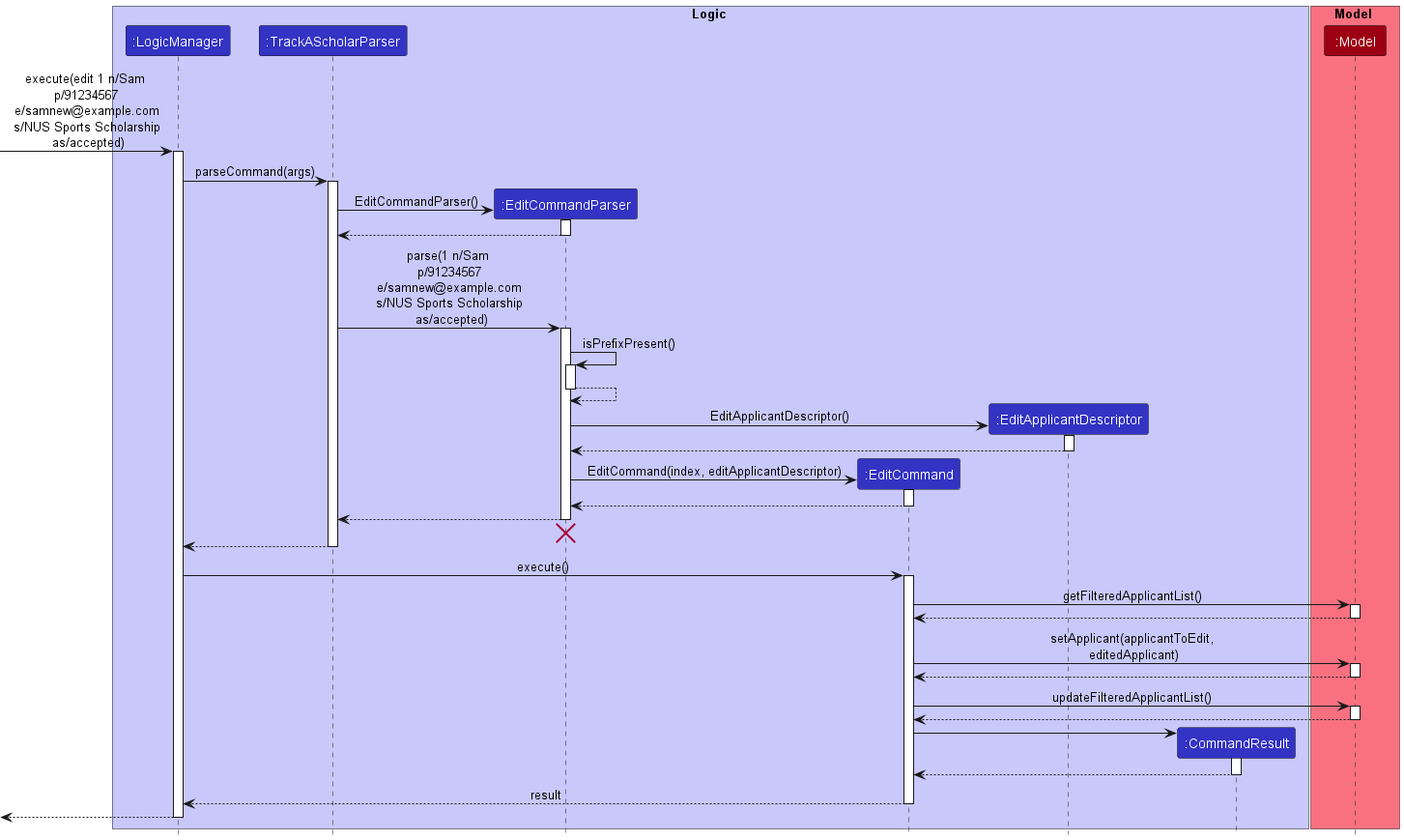
Above: docs/images/EditSequenceDiagram.png in nus-cs2103-AY2223S1/tp (PlantUML), before the change.
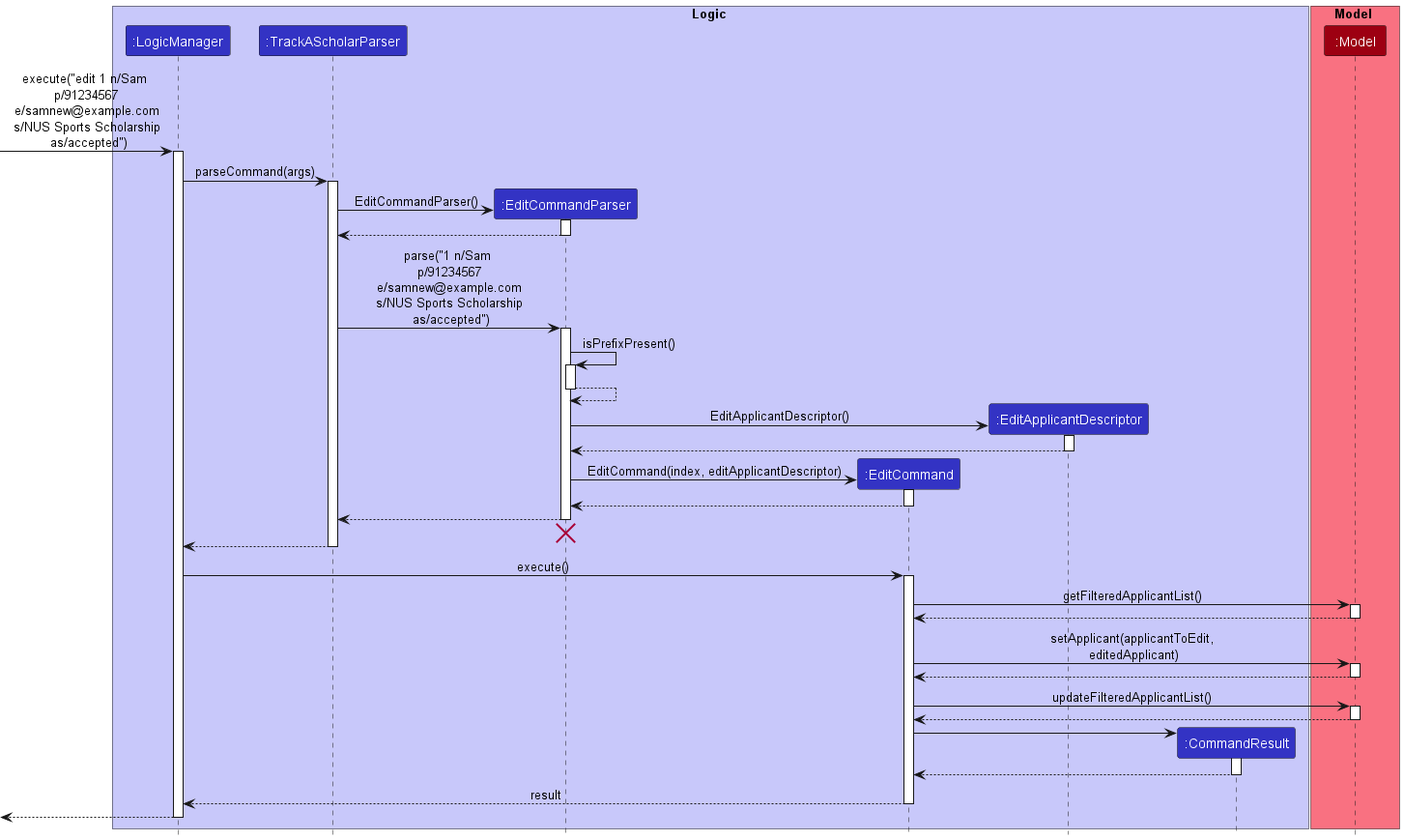
Above is the later version.

What changed in the source:
```diff
@@ -16,7 +16,7 @@
 participant ":Model" as Model MODEL_COLOR
 end box
 
-[-> LogicManager : execute(edit 1 n/Sam \n p/91234567 \n e/samnew@example.com \n s/NUS Sports Scholarship \n as/accepted)
+[-> LogicManager : execute("edit 1 n/Sam \n p/91234567 \n e/samnew@example.com \n s/NUS Sports Scholarship \n as/accepted")
 activate LogicManager
 
 LogicManager -> TrackAScholarParser : parseCommand(args)
@@ -30,7 +30,7 @@
 deactivate EditCommandParser
 
 
-TrackAScholarParser -> EditCommandParser : parse(1 n/Sam \n p/91234567 \n e/samnew@example.com \n s/NUS Sports Scholarship \n as/accepted)
+TrackAScholarParser -> EditCommandParser : parse("1 n/Sam \n p/91234567 \n e/samnew@example.com \n s/NUS Sports Scholarship \n as/accepted")
 activate EditCommandParser
 
 
```
